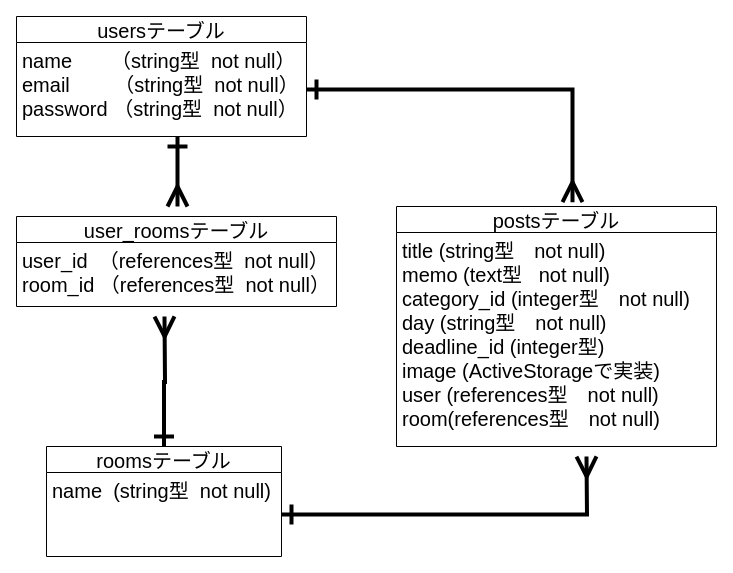
The draw.io diagram er.dio in a-chikara/share-goals, before the edit. Source tidied: cells renumbered, new cells numbered last; positions are measured from the earlier drawing's top-left corner, leaving out a move shared by most shapes. Both pictures are drawn from the tidied source at 100%, with x=0, y=0 at pixel (16, 16).
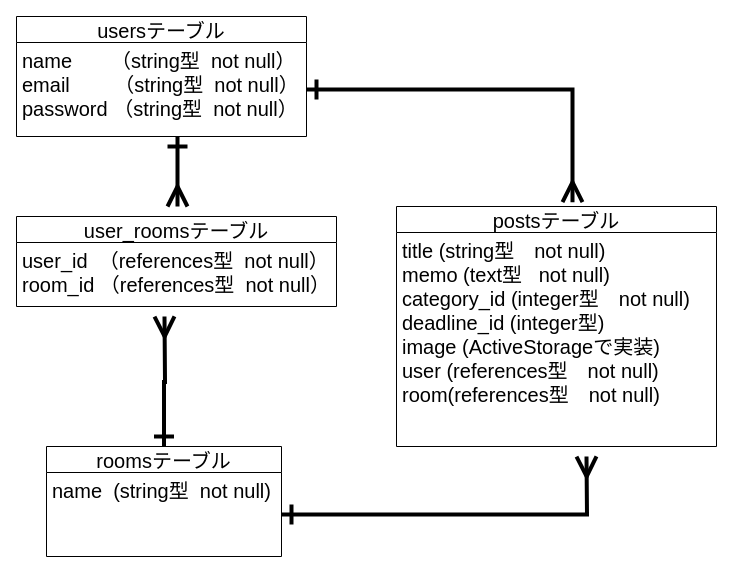
After the change.

What changed in the source:
```diff
@@
 <mxGraphModel>
   <root>
     <mxCell id="0" />
     <mxCell id="1" parent="0" />
     <mxCell id="2" style="edgeStyle=orthogonalEdgeStyle;rounded=0;orthogonalLoop=1;jettySize=auto;html=1;fontSize=20;endArrow=ERmany;endFill=0;startArrow=ERone;startFill=0;strokeWidth=4;endSize=15;startSize=15;" parent="1" edge="1">
       <mxGeometry relative="1" as="geometry">
         <mxPoint x="161" y="120" as="sourcePoint" />
         <mxPoint x="161" y="190" as="targetPoint" />
       </mxGeometry>
     </mxCell>
     <mxCell id="3" value="usersテーブル" style="swimlane;fontStyle=0;horizontal=1;startSize=26;align=center;fontSize=20;" parent="1" vertex="1">
       <mxGeometry width="290" height="120" as="geometry" />
     </mxCell>
     <mxCell id="4" value="name       （string型  not null）&#10;email        （string型  not null）&#10;password （string型  not null）" style="text;strokeColor=none;fillColor=none;spacingLeft=4;spacingRight=4;overflow=hidden;points=[[0,0.5],[1,0.5]];portConstraint=eastwest;fontSize=20;" parent="3" vertex="1">
       <mxGeometry y="26" width="290" height="94" as="geometry" />
     </mxCell>
     <mxCell id="5" style="edgeStyle=orthogonalEdgeStyle;rounded=0;jettySize=auto;html=1;startArrow=ERone;startFill=0;startSize=15;endArrow=ERmany;endFill=0;endSize=15;strokeWidth=4;fontSize=20;" parent="1" edge="1" source="6">
       <mxGeometry relative="1" as="geometry">
         <mxPoint x="148" y="300" as="targetPoint" />
       </mxGeometry>
     </mxCell>
     <mxCell id="6" value="roomsテーブル" style="swimlane;fontStyle=0;horizontal=1;startSize=26;align=center;fontSize=20;" parent="1" vertex="1">
       <mxGeometry x="30" y="430" width="235" height="110" as="geometry" />
     </mxCell>
     <mxCell id="7" value="name  (string型  not null)" style="text;strokeColor=none;fillColor=none;spacingLeft=4;spacingRight=4;overflow=hidden;points=[[0,0.5],[1,0.5]];portConstraint=eastwest;fontSize=20;" parent="6" vertex="1">
       <mxGeometry y="26" width="235" height="84" as="geometry" />
     </mxCell>
     <mxCell id="8" value="user_roomsテーブル" style="swimlane;fontStyle=0;horizontal=1;startSize=26;align=center;fontSize=20;" parent="1" vertex="1">
       <mxGeometry y="200" width="320" height="90" as="geometry" />
     </mxCell>
     <mxCell id="9" value="user_id  （references型  not null）&#10;room_id （references型  not null）" style="text;strokeColor=none;fillColor=none;spacingLeft=4;spacingRight=4;overflow=hidden;fontSize=20;" parent="8" vertex="1">
       <mxGeometry y="26" width="320" height="64" as="geometry" />
     </mxCell>
     <mxCell id="10" value="postsテーブル" style="swimlane;fontStyle=0;horizontal=1;startSize=26;align=center;fontSize=20;" parent="1" vertex="1">
       <mxGeometry x="380" y="190" width="320" height="240" as="geometry" />
     </mxCell>
-    <mxCell id="11" value="title (string型　not null)  &#10;memo (text型   not null) &#10;category_id (integer型　not null)&#10;day (string型　not null)&#10;deadline_id (integer型)&#10;image (ActiveStorageで実装)&#10;user (references型　not null)&#10;room(references型　not null)" style="text;strokeColor=none;fillColor=none;spacingLeft=4;spacingRight=4;overflow=hidden;fontSize=20;" parent="10" vertex="1">
+    <mxCell id="11" value="title (string型　not null)  &#10;memo (text型   not null) &#10;category_id (integer型　not null)&#10;deadline_id (integer型)&#10;image (ActiveStorageで実装)&#10;user (references型　not null)&#10;room(references型　not null)" style="text;strokeColor=none;fillColor=none;spacingLeft=4;spacingRight=4;overflow=hidden;fontSize=20;" parent="10" vertex="1">
       <mxGeometry y="26" width="320" height="214" as="geometry" />
     </mxCell>
     <mxCell id="12" style="edgeStyle=orthogonalEdgeStyle;rounded=0;jettySize=auto;html=1;entryX=0.55;entryY=-0.018;entryDx=0;entryDy=0;entryPerimeter=0;startArrow=ERone;startFill=0;startSize=15;endArrow=ERmany;endFill=0;endSize=15;strokeWidth=4;fontSize=20;" parent="1" edge="1" source="4" target="10">
       <mxGeometry relative="1" as="geometry" />
     </mxCell>
     <mxCell id="13" style="edgeStyle=orthogonalEdgeStyle;rounded=0;jettySize=auto;html=1;startArrow=ERone;startFill=0;startSize=15;endArrow=ERmany;endFill=0;endSize=15;strokeWidth=4;fontSize=20;" parent="1" edge="1" source="7">
       <mxGeometry relative="1" as="geometry">
         <mxPoint x="570" y="440" as="targetPoint" />
       </mxGeometry>
     </mxCell>
   </root>
 </mxGraphModel>
```
